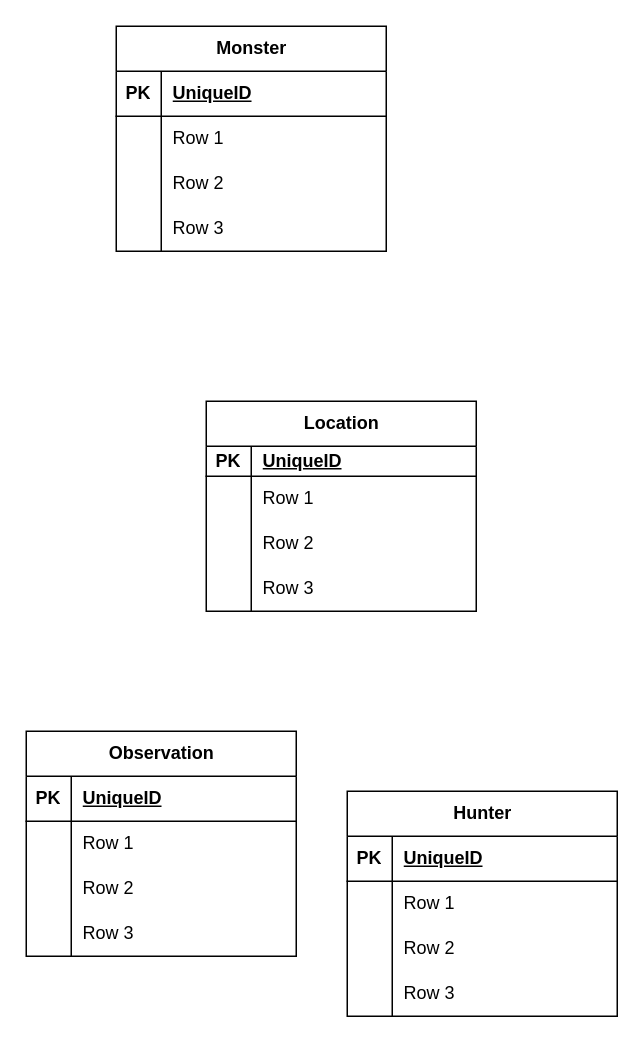
Above: EntityRelationDiagram.drawio in Claes1981/assignment-sql-81clafra (draw.io), before the change. Source tidied: cells renumbered, new cells numbered last; positions are measured from the earlier drawing's top-left corner, leaving out a move shared by most shapes. Both pictures are drawn from the tidied source at 150%, with x=0, y=0 at pixel (26, 26).
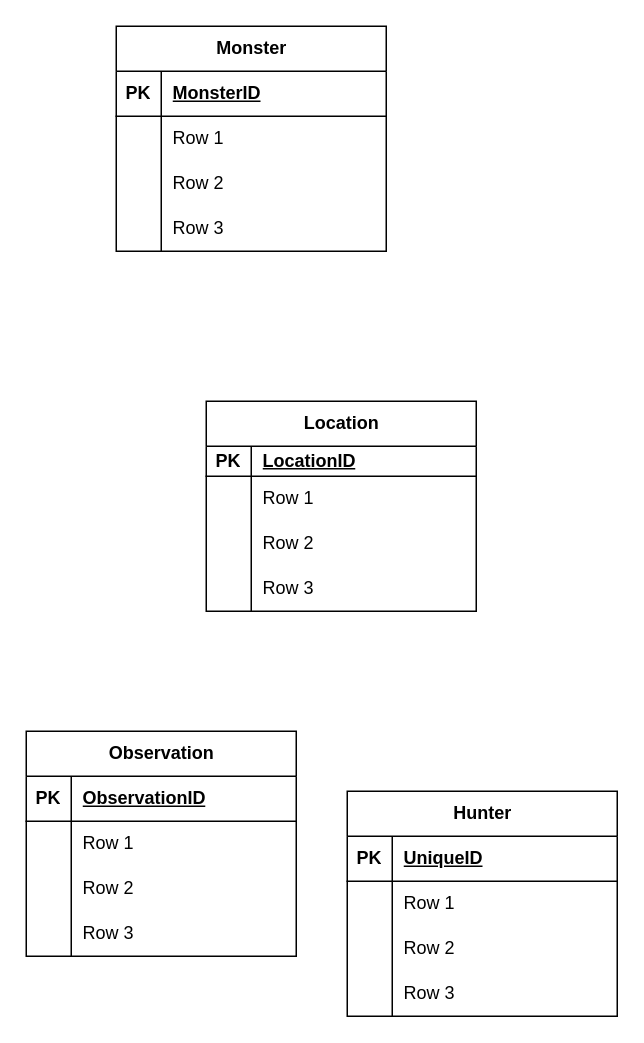
After the change.

Commit message:
Add primary key attributes to entity relationship diagram tables.

The change refers to these unchanged cells:
```xml
<mxCell id="3" style="shape=tableRow;horizontal=0;startSize=0;swimlaneHead=0;swimlaneBody=0;fillColor=none;top=0;left=0;right=0;bottom=1;" parent="2" vertex="1">
  <mxGeometry y="30" width="180" height="30" as="geometry" />
</mxCell>
<mxCell id="16" style="shape=tableRow;horizontal=0;startSize=0;swimlaneHead=0;swimlaneBody=0;fillColor=none;top=0;left=0;right=0;bottom=1;" parent="15" vertex="1">
  <mxGeometry y="30" width="180" height="20" as="geometry" />
</mxCell>
<mxCell id="42" style="shape=tableRow;horizontal=0;startSize=0;swimlaneHead=0;swimlaneBody=0;fillColor=none;top=0;left=0;right=0;bottom=1;" parent="41" vertex="1">
  <mxGeometry y="30" width="180" height="30" as="geometry" />
</mxCell>
```

Change to the diagram source:
```diff
@@
-    <mxCell id="5" value="UniqueID" style="shape=partialRectangle;fillColor=none;top=0;left=0;bottom=0;right=0;align=left;spacingLeft=6;fontStyle=5;overflow=hidden;whiteSpace=wrap;html=1;" parent="3" vertex="1">
+    <mxCell id="5" value="MonsterID" style="shape=partialRectangle;fillColor=none;top=0;left=0;bottom=0;right=0;align=left;spacingLeft=6;fontStyle=5;overflow=hidden;whiteSpace=wrap;html=1;" parent="3" vertex="1">
       <mxGeometry x="30" width="150" height="30" as="geometry" />
     </mxCell>
@@
-    <mxCell id="18" value="UniqueID" style="shape=partialRectangle;fillColor=none;top=0;left=0;bottom=0;right=0;align=left;spacingLeft=6;fontStyle=5;overflow=hidden;whiteSpace=wrap;html=1;" parent="16" vertex="1">
+    <mxCell id="18" value="LocationID" style="shape=partialRectangle;fillColor=none;top=0;left=0;bottom=0;right=0;align=left;spacingLeft=6;fontStyle=5;overflow=hidden;whiteSpace=wrap;html=1;" parent="16" vertex="1">
       <mxGeometry x="30" width="150" height="20" as="geometry" />
     </mxCell>
@@
-    <mxCell id="44" value="UniqueID" style="shape=partialRectangle;fillColor=none;top=0;left=0;bottom=0;right=0;align=left;spacingLeft=6;fontStyle=5;overflow=hidden;whiteSpace=wrap;html=1;" parent="42" vertex="1">
+    <mxCell id="44" value="ObservationID" style="shape=partialRectangle;fillColor=none;top=0;left=0;bottom=0;right=0;align=left;spacingLeft=6;fontStyle=5;overflow=hidden;whiteSpace=wrap;html=1;" parent="42" vertex="1">
       <mxGeometry x="30" width="150" height="30" as="geometry" />
     </mxCell>
```
